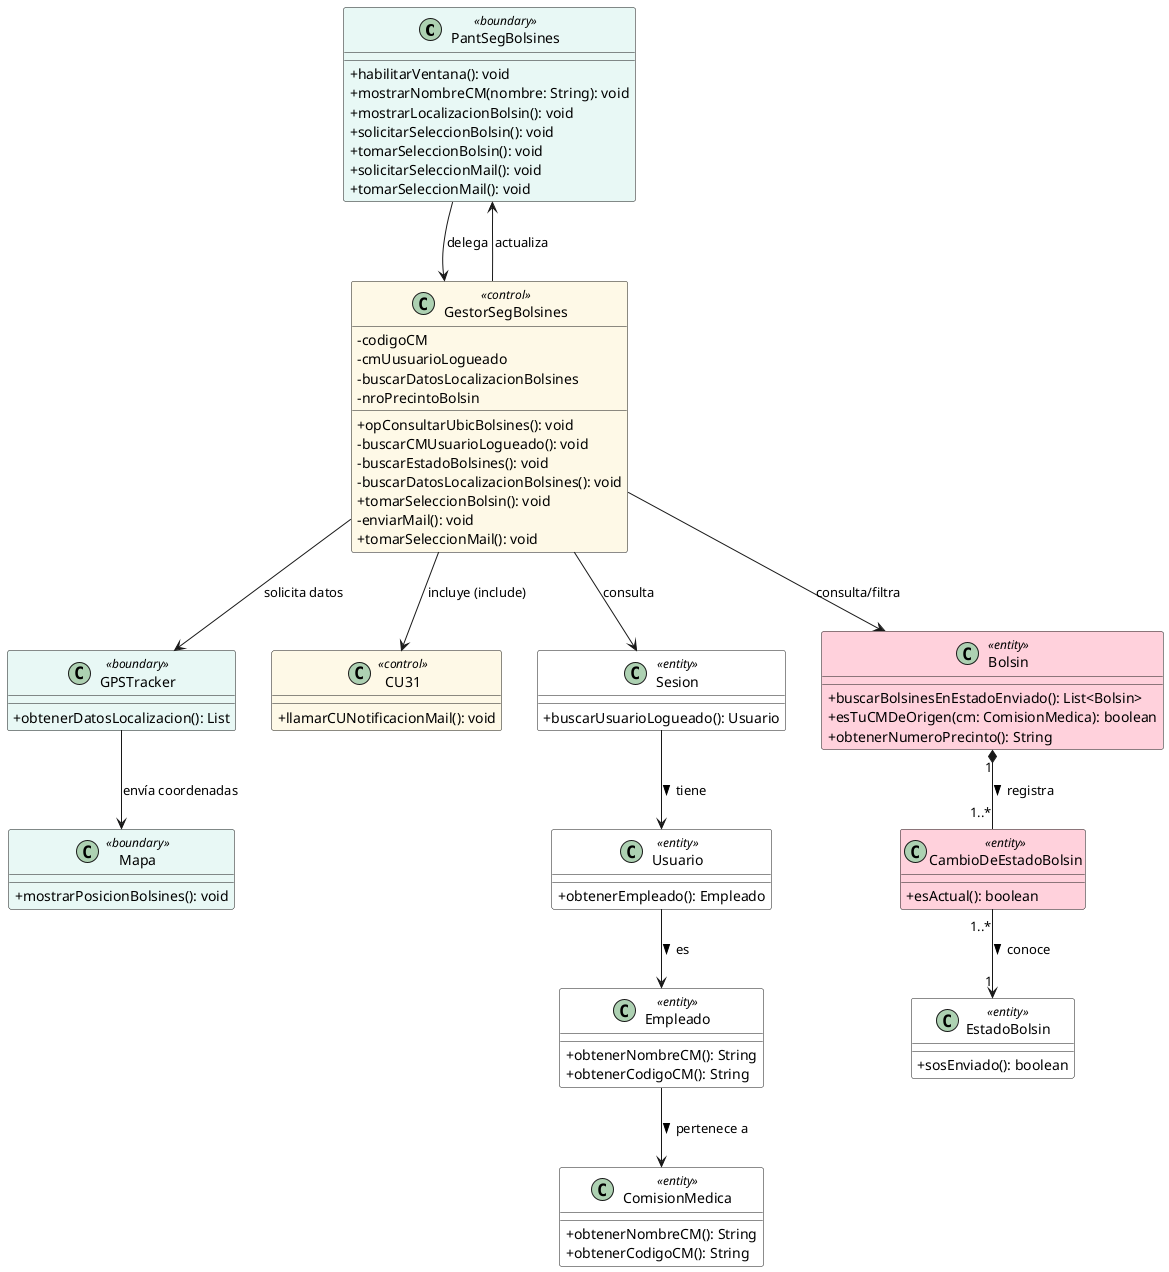
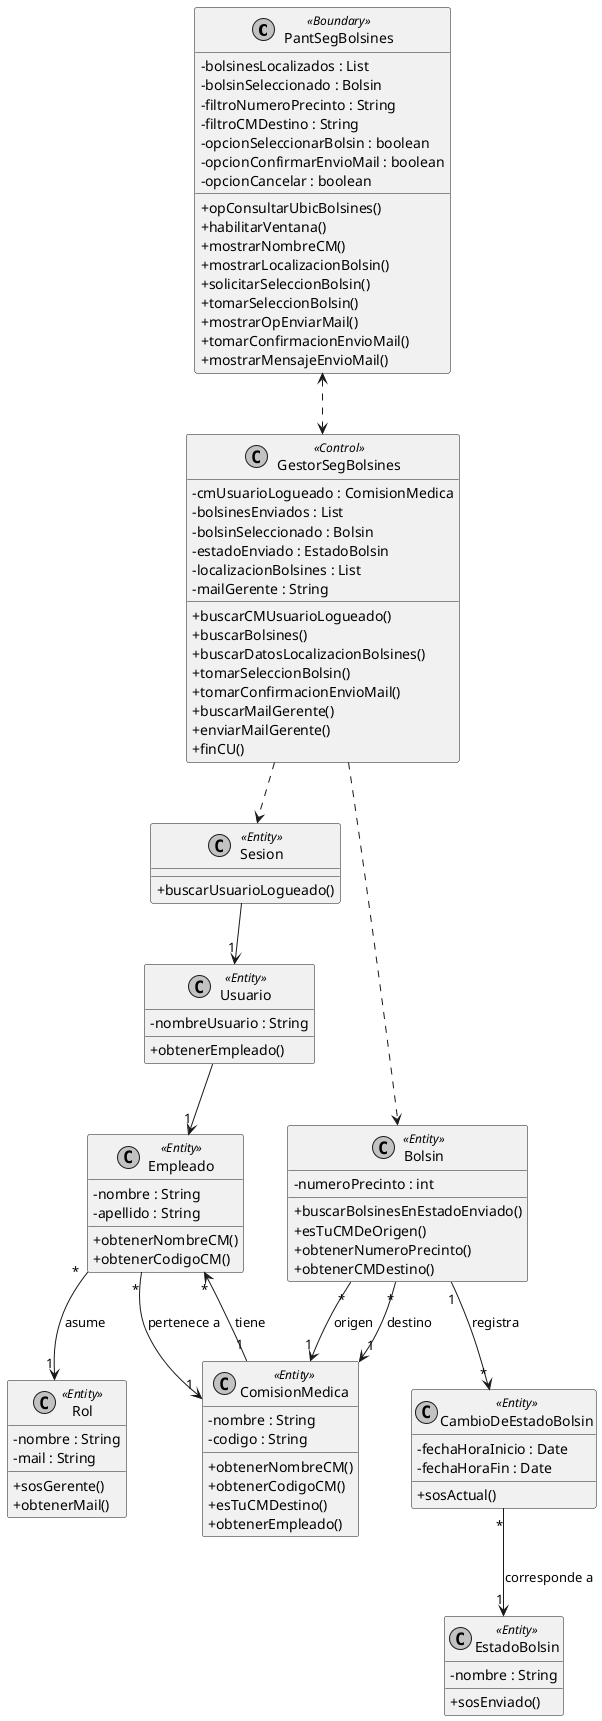
- @startuml DiagramaClasesCU36
+ @startuml DiagramaClasesSoporte
skinparam classAttributeIconSize 0
+ skinparam monochrome true
+ skinparam shadowing false

- ' --- Estilos base ---
- skinparam class {
-     BackgroundColor<<boundary>> #E8F8F5
-     BackgroundColor<<control>> #FEF9E7
-     BackgroundColor<<entity>> #FFFFFF
+ ' ==========================================
+ ' CLASES BOUNDARY Y CONTROL
+ ' ==========================================
+ class PantSegBolsines <<Boundary>> {
+   - bolsinesLocalizados : List
+   - bolsinSeleccionado : Bolsin
+   - filtroNumeroPrecinto : String
+   - filtroCMDestino : String
+   - opcionSeleccionarBolsin : boolean
+   - opcionConfirmarEnvioMail : boolean
+   - opcionCancelar : boolean
+   + opConsultarUbicBolsines()
+   + habilitarVentana()
+   + mostrarNombreCM()
+   + mostrarLocalizacionBolsin()
+   + solicitarSeleccionBolsin()
+   + tomarSeleccionBolsin()
+   + mostrarOpEnviarMail()
+   + tomarConfirmacionEnvioMail()
+   + mostrarMensajeEnvioMail()
}

- ' --- Clases de Interfaz (Boundary) ---
- class PantSegBolsines <<boundary>> {
-     + habilitarVentana(): void
-     + mostrarNombreCM(nombre: String): void
-     + mostrarLocalizacionBolsin(): void
-     + solicitarSeleccionBolsin(): void
-     + tomarSeleccionBolsin(): void
-     + solicitarSeleccionMail(): void
-     + tomarSeleccionMail(): void
+ class GestorSegBolsines <<Control>> {
+   - cmUsuarioLogueado : ComisionMedica
+   - bolsinesEnviados : List
+   - bolsinSeleccionado : Bolsin
+   - estadoEnviado : EstadoBolsin
+   - localizacionBolsines : List
+   - mailGerente : String
+   + buscarCMUsuarioLogueado()
+   + buscarBolsines()
+   + buscarDatosLocalizacionBolsines()
+   + tomarSeleccionBolsin()
+   + tomarConfirmacionEnvioMail()
+   + buscarMailGerente()
+   + enviarMailGerente()
+   + finCU()
}

- class GPSTracker <<boundary>> {
-     + obtenerDatosLocalizacion(): List
+ ' ==========================================
+ ' ENTIDADES DE DOMINIO
+ ' ==========================================
+ class Sesion <<Entity>> {
+   + buscarUsuarioLogueado()
}

- class Mapa <<boundary>> {
-     + mostrarPosicionBolsines(): void
+ class Usuario <<Entity>> {
+   - nombreUsuario : String
+   + obtenerEmpleado()
}

- ' --- Clases de Control ---
- class GestorSegBolsines <<control>> {
-     - codigoCM
-     - cmUusuarioLogueado
-     - buscarDatosLocalizacionBolsines
-     - nroPrecintoBolsin
- 
-     + opConsultarUbicBolsines(): void
-     - buscarCMUsuarioLogueado(): void
-     - buscarEstadoBolsines(): void
-     - buscarDatosLocalizacionBolsines(): void
-     + tomarSeleccionBolsin(): void
-     - enviarMail(): void
-     + tomarSeleccionMail(): void
+ class Empleado <<Entity>> {
+   - nombre : String
+   - apellido : String
+   + obtenerNombreCM()
+   + obtenerCodigoCM()
}

- class CU31 <<control>> {
-     + llamarCUNotificacionMail(): void
+ class Rol <<Entity>> {
+   - nombre : String
+   - mail : String
+   + sosGerente()
+   + obtenerMail()
}

- ' --- Clases de Entidad ---
- class Sesion <<entity>> {
-     + buscarUsuarioLogueado(): Usuario
+ class ComisionMedica <<Entity>> {
+   - nombre : String
+   - codigo : String
+   + obtenerNombreCM()
+   + obtenerCodigoCM()
+   + esTuCMDestino()
+   + obtenerEmpleado()
}

- class Usuario <<entity>> {
-     + obtenerEmpleado(): Empleado
+ class Bolsin <<Entity>> {
+   - numeroPrecinto : int
+   + buscarBolsinesEnEstadoEnviado()
+   + esTuCMDeOrigen()
+   + obtenerNumeroPrecinto()
+   + obtenerCMDestino()
}

- class Empleado <<entity>> {
-     + obtenerNombreCM(): String
-     + obtenerCodigoCM(): String
+ class CambioDeEstadoBolsin <<Entity>> {
+   - fechaHoraInicio : Date
+   - fechaHoraFin : Date
+   + sosActual()
}

- class ComisionMedica <<entity>> {
-     + obtenerNombreCM(): String
-     + obtenerCodigoCM(): String
+ class EstadoBolsin <<Entity>> {
+   - nombre : String
+   + sosEnviado()
}

- ' Entidades con color personalizado
- class Bolsin <<entity>> #FFD1DC {
-     + buscarBolsinesEnEstadoEnviado(): List<Bolsin>
-     + esTuCMDeOrigen(cm: ComisionMedica): boolean
-     + obtenerNumeroPrecinto(): String
- }
+ ' ==========================================
+ ' RELACIONES
+ ' ==========================================

- class CambioDeEstadoBolsin <<entity>> #FFD1DC {
-     + esActual(): boolean
- }
+ ' Relaciones Pantalla - Gestor (Conocimiento mutuo, flechas punteadas)
+ PantSegBolsines <..> GestorSegBolsines

- class EstadoBolsin <<entity>> {
-     + sosEnviado(): boolean
- }
+ ' Relaciones Gestor - Entidades (Conoce a las que llama directamente por flechas punteadas)
+ GestorSegBolsines ..> Sesion
+ GestorSegBolsines ..> Bolsin

- ' --- Relaciones / Asociaciones ---
- 
- ' Relaciones de la capa de presentación y control
- PantSegBolsines --> GestorSegBolsines : delega
- GestorSegBolsines --> PantSegBolsines : actualiza
- GestorSegBolsines --> GPSTracker : solicita datos
- GPSTracker --> Mapa : envía coordenadas
- GestorSegBolsines --> CU31 : incluye (include)
- 
- ' Relaciones del Gestor con las entidades (Navegabilidad desde el Controlador)
- GestorSegBolsines --> Sesion : consulta
- GestorSegBolsines --> Bolsin : consulta/filtra
- 
- ' Relaciones estructurales entre entidades
- Sesion --> Usuario : tiene >
- Usuario --> Empleado : es >
- Empleado --> ComisionMedica : pertenece a >
- 
- Bolsin "1" *-- "1..*" CambioDeEstadoBolsin : registra >
- CambioDeEstadoBolsin "1..*" --> "1" EstadoBolsin : conoce >
+ ' Relaciones de Dominio (Como el Modelo de Dominio Clásico - Flechas sólidas)
+ Sesion --> "1" Usuario
+ Usuario --> "1" Empleado
+ Empleado "*" --> "1" ComisionMedica : pertenece a
+ Empleado "*" --> "1" Rol : asume
+ ComisionMedica "1" --> "*" Empleado : tiene
+ Bolsin "*" --> "1" ComisionMedica : origen
+ Bolsin "*" --> "1" ComisionMedica : destino
+ Bolsin "1" --> "*" CambioDeEstadoBolsin : registra
+ CambioDeEstadoBolsin "*" --> "1" EstadoBolsin : corresponde a

@enduml